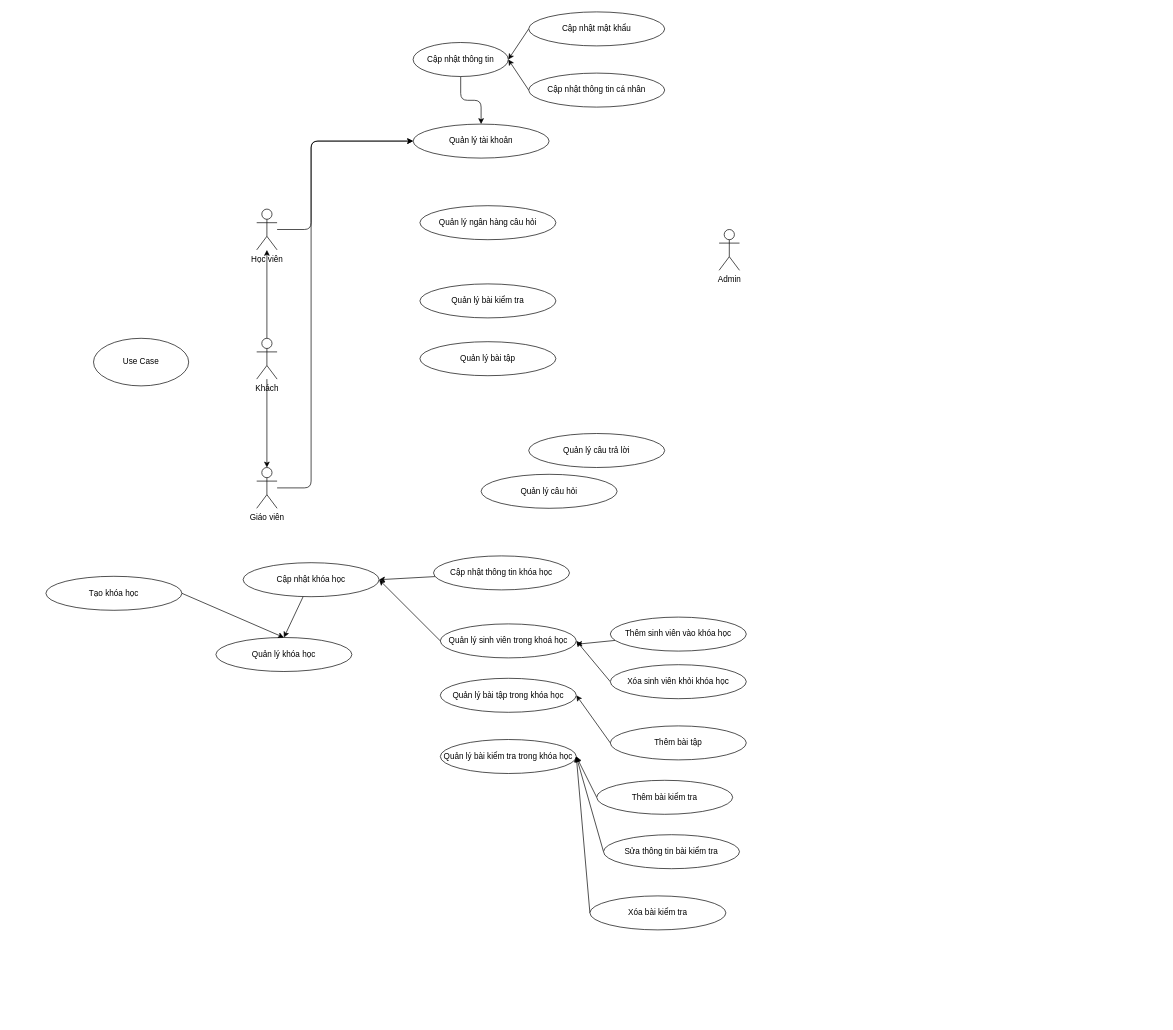
This is page "Trang-2" (2 of 2) of Biểu đồ không có tiêu đề.drawio from leecuongv/BE_Online_Examination_System, a draw.io file, before an edit. Source tidied: cells renumbered, new cells numbered last; positions are measured from the earlier drawing's top-left corner, leaving out a move shared by most shapes. Both pictures are drawn from the tidied source at 68%, with x=0, y=0 at pixel (46, 12).
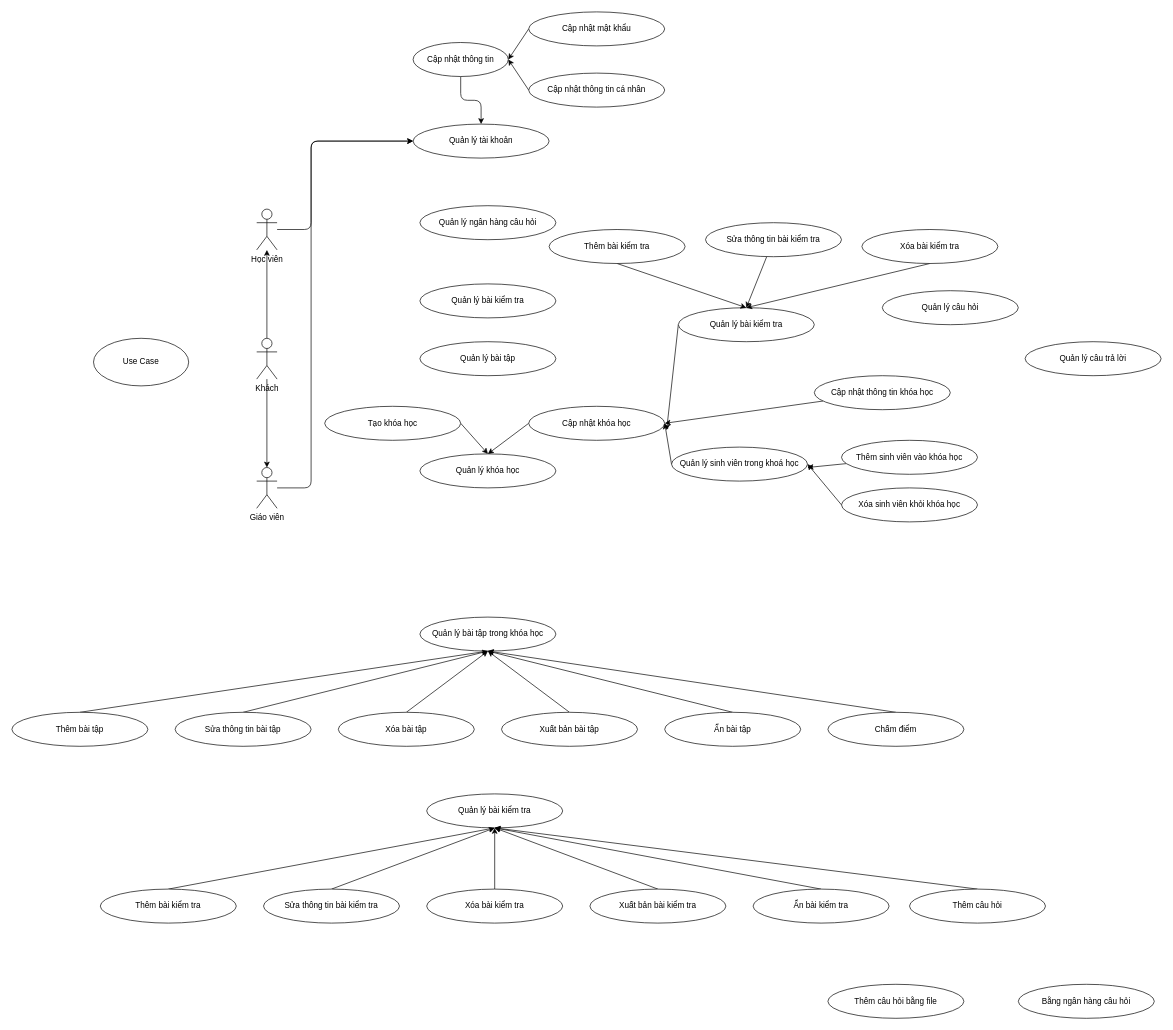
The same page after the edit.

Commit message:
Cập nhật Biểu đồ không có tiêu đề.drawio

Change to the diagram source:
```diff
@@
-    <mxCell id="7" value="Admin" style="shape=umlActor;verticalLabelPosition=bottom;verticalAlign=top;html=1;" parent="1" vertex="1">
-      <mxGeometry x="990" y="320" width="30" height="60" as="geometry" />
-    </mxCell>
@@
     <mxCell id="19" value="Quản lý câu hỏi" style="ellipse;whiteSpace=wrap;html=1;" parent="1" vertex="1">
-      <mxGeometry x="640" y="680" width="200" height="50" as="geometry" />
+      <mxGeometry x="1230" y="410" width="200" height="50" as="geometry" />
     </mxCell>
     <mxCell id="20" value="Quản lý câu trả lời" style="ellipse;whiteSpace=wrap;html=1;" parent="1" vertex="1">
-      <mxGeometry x="710" y="620" width="200" height="50" as="geometry" />
+      <mxGeometry x="1440" y="485" width="200" height="50" as="geometry" />
     </mxCell>
     <mxCell id="21" value="Quản lý khóa học" style="ellipse;whiteSpace=wrap;html=1;" parent="1" vertex="1">
-      <mxGeometry x="250" y="920" width="200" height="50" as="geometry" />
+      <mxGeometry x="550" y="650" width="200" height="50" as="geometry" />
     </mxCell>
@@
     <mxCell id="25" value="Tạo khóa học" style="ellipse;whiteSpace=wrap;html=1;" parent="1" vertex="1">
-      <mxGeometry y="830" width="200" height="50" as="geometry" />
+      <mxGeometry x="410" y="580" width="200" height="50" as="geometry" />
     </mxCell>
-    <mxCell id="26" style="edgeStyle=none;rounded=1;jettySize=auto;html=1;entryX=0.5;entryY=0;entryDx=0;entryDy=0;" parent="1" edge="1" source="27" target="21">
+    <mxCell id="26" style="edgeStyle=none;rounded=1;jettySize=auto;html=1;entryX=0.5;entryY=0;entryDx=0;entryDy=0;exitX=0;exitY=0.5;exitDx=0;exitDy=0;" parent="1" edge="1" source="27" target="21">
       <mxGeometry relative="1" as="geometry" />
     </mxCell>
     <mxCell id="27" value="Cập nhật khóa học" style="ellipse;whiteSpace=wrap;html=1;" parent="1" vertex="1">
-      <mxGeometry x="290" y="810" width="200" height="50" as="geometry" />
+      <mxGeometry x="710" y="580" width="200" height="50" as="geometry" />
     </mxCell>
@@
     <mxCell id="29" value="Cập nhật thông tin khóa học" style="ellipse;whiteSpace=wrap;html=1;" parent="1" vertex="1">
-      <mxGeometry x="570" y="800" width="200" height="50" as="geometry" />
+      <mxGeometry x="1130" y="535" width="200" height="50" as="geometry" />
     </mxCell>
@@
     <mxCell id="31" value="Quản lý sinh viên trong khoá học" style="ellipse;whiteSpace=wrap;html=1;" parent="1" vertex="1">
-      <mxGeometry x="580" y="900" width="200" height="50" as="geometry" />
+      <mxGeometry x="920" y="640" width="200" height="50" as="geometry" />
     </mxCell>
-    <mxCell id="32" style="edgeStyle=none;rounded=1;jettySize=auto;html=1;entryX=1;entryY=0.5;entryDx=0;entryDy=0;exitX=0;exitY=0.5;exitDx=0;exitDy=0;" parent="1" edge="1" source="33" target="38">
+    <mxCell id="32" style="edgeStyle=none;rounded=1;jettySize=auto;html=1;entryX=0.5;entryY=1;entryDx=0;entryDy=0;exitX=0.5;exitY=0;exitDx=0;exitDy=0;" parent="1" edge="1" source="33" target="38">
       <mxGeometry relative="1" as="geometry" />
     </mxCell>
     <mxCell id="33" value="Thêm bài tập" style="ellipse;whiteSpace=wrap;html=1;" parent="1" vertex="1">
-      <mxGeometry x="830" y="1050" width="200" height="50" as="geometry" />
+      <mxGeometry x="-50" y="1030" width="200" height="50" as="geometry" />
     </mxCell>
     <mxCell id="34" style="edgeStyle=none;rounded=1;jettySize=auto;html=1;" parent="1" edge="1" source="35">
       <mxGeometry relative="1" as="geometry">
-        <mxPoint x="780" y="930" as="targetPoint" />
+        <mxPoint x="1120" y="670" as="targetPoint" />
       </mxGeometry>
     </mxCell>
     <mxCell id="35" value="Thêm sinh viên vào khóa học" style="ellipse;whiteSpace=wrap;html=1;" parent="1" vertex="1">
-      <mxGeometry x="830" y="890" width="200" height="50" as="geometry" />
+      <mxGeometry x="1170" y="630" width="200" height="50" as="geometry" />
     </mxCell>
@@
     <mxCell id="37" value="Xóa sinh viên khỏi khóa học" style="ellipse;whiteSpace=wrap;html=1;" parent="1" vertex="1">
-      <mxGeometry x="830" y="960" width="200" height="50" as="geometry" />
+      <mxGeometry x="1170" y="700" width="200" height="50" as="geometry" />
     </mxCell>
     <mxCell id="38" value="Quản lý bài tập trong khóa học" style="ellipse;whiteSpace=wrap;html=1;" parent="1" vertex="1">
-      <mxGeometry x="580" y="980" width="200" height="50" as="geometry" />
+      <mxGeometry x="550" y="890" width="200" height="50" as="geometry" />
     </mxCell>
+    <mxCell id="46" style="rounded=0;jettySize=auto;html=1;entryX=1.014;entryY=0.703;entryDx=0;entryDy=0;entryPerimeter=0;exitX=0;exitY=0.5;exitDx=0;exitDy=0;" parent="1" edge="1" source="39" target="27">
+      <mxGeometry relative="1" as="geometry" />
+    </mxCell>
-    <mxCell id="39" value="Quản lý bài kiểm tra trong khóa học" style="ellipse;whiteSpace=wrap;html=1;" parent="1" vertex="1">
-      <mxGeometry x="580" y="1070" width="200" height="50" as="geometry" />
+    <mxCell id="39" value="Quản lý bài kiểm tra" style="ellipse;whiteSpace=wrap;html=1;" parent="1" vertex="1">
+      <mxGeometry x="930" y="435" width="200" height="50" as="geometry" />
     </mxCell>
-    <mxCell id="40" style="edgeStyle=none;rounded=1;jettySize=auto;html=1;entryX=1;entryY=0.5;entryDx=0;entryDy=0;exitX=0;exitY=0.5;exitDx=0;exitDy=0;" parent="1" edge="1" source="41" target="39">
+    <mxCell id="40" style="edgeStyle=none;rounded=1;jettySize=auto;html=1;entryX=0.5;entryY=0;entryDx=0;entryDy=0;exitX=0.5;exitY=1;exitDx=0;exitDy=0;" parent="1" edge="1" source="41" target="39">
       <mxGeometry relative="1" as="geometry" />
     </mxCell>
     <mxCell id="41" value="Thêm bài kiểm tra" style="ellipse;whiteSpace=wrap;html=1;" parent="1" vertex="1">
-      <mxGeometry x="810" y="1130" width="200" height="50" as="geometry" />
+      <mxGeometry x="740" y="320" width="200" height="50" as="geometry" />
     </mxCell>
-    <mxCell id="42" style="edgeStyle=none;rounded=1;jettySize=auto;html=1;entryX=1;entryY=0.5;entryDx=0;entryDy=0;exitX=0;exitY=0.5;exitDx=0;exitDy=0;" parent="1" edge="1" source="43" target="39">
+    <mxCell id="42" style="edgeStyle=none;rounded=1;jettySize=auto;html=1;entryX=0.5;entryY=0;entryDx=0;entryDy=0;" parent="1" edge="1" source="43" target="39">
       <mxGeometry relative="1" as="geometry" />
     </mxCell>
     <mxCell id="43" value="Sửa thông tin bài kiểm tra" style="ellipse;whiteSpace=wrap;html=1;" parent="1" vertex="1">
-      <mxGeometry x="820" y="1210" width="200" height="50" as="geometry" />
+      <mxGeometry x="970" y="310" width="200" height="50" as="geometry" />
     </mxCell>
-    <mxCell id="44" style="edgeStyle=none;rounded=1;jettySize=auto;html=1;entryX=1;entryY=0.5;entryDx=0;entryDy=0;exitX=0;exitY=0.5;exitDx=0;exitDy=0;" parent="1" edge="1" source="45" target="39">
+    <mxCell id="44" style="edgeStyle=none;rounded=1;jettySize=auto;html=1;entryX=0.5;entryY=0;entryDx=0;entryDy=0;exitX=0.5;exitY=1;exitDx=0;exitDy=0;" parent="1" edge="1" source="45" target="39">
       <mxGeometry relative="1" as="geometry" />
     </mxCell>
     <mxCell id="45" value="Xóa bài kiểm tra" style="ellipse;whiteSpace=wrap;html=1;" parent="1" vertex="1">
-      <mxGeometry x="800" y="1300" width="200" height="50" as="geometry" />
+      <mxGeometry x="1200" y="320" width="200" height="50" as="geometry" />
     </mxCell>
+    <mxCell id="47" style="edgeStyle=none;rounded=0;jettySize=auto;html=1;exitX=0.5;exitY=0;exitDx=0;exitDy=0;entryX=0.5;entryY=1;entryDx=0;entryDy=0;" parent="1" edge="1" source="48" target="38">
+      <mxGeometry relative="1" as="geometry" />
+    </mxCell>
+    <mxCell id="48" value="Sửa thông tin bài tập" style="ellipse;whiteSpace=wrap;html=1;" parent="1" vertex="1">
+      <mxGeometry x="190" y="1030" width="200" height="50" as="geometry" />
+    </mxCell>
+    <mxCell id="49" style="edgeStyle=none;rounded=0;jettySize=auto;html=1;entryX=0.5;entryY=1;entryDx=0;entryDy=0;exitX=0.5;exitY=0;exitDx=0;exitDy=0;" parent="1" edge="1" source="50" target="38">
+      <mxGeometry relative="1" as="geometry" />
+    </mxCell>
+    <mxCell id="50" value="Xóa bài tập" style="ellipse;whiteSpace=wrap;html=1;" parent="1" vertex="1">
+      <mxGeometry x="430" y="1030" width="200" height="50" as="geometry" />
+    </mxCell>
+    <mxCell id="51" style="edgeStyle=none;rounded=0;jettySize=auto;html=1;entryX=0.5;entryY=1;entryDx=0;entryDy=0;exitX=0.5;exitY=0;exitDx=0;exitDy=0;" parent="1" edge="1" source="52" target="38">
+      <mxGeometry relative="1" as="geometry" />
+    </mxCell>
+    <mxCell id="52" value="Xuất bản bài tập" style="ellipse;whiteSpace=wrap;html=1;" parent="1" vertex="1">
+      <mxGeometry x="670" y="1030" width="200" height="50" as="geometry" />
+    </mxCell>
+    <mxCell id="53" style="edgeStyle=none;rounded=0;jettySize=auto;html=1;exitX=0.5;exitY=0;exitDx=0;exitDy=0;entryX=0.5;entryY=1;entryDx=0;entryDy=0;" parent="1" edge="1" source="54" target="38">
+      <mxGeometry relative="1" as="geometry" />
+    </mxCell>
+    <mxCell id="54" value="Ẩn bài tập" style="ellipse;whiteSpace=wrap;html=1;" parent="1" vertex="1">
+      <mxGeometry x="910" y="1030" width="200" height="50" as="geometry" />
+    </mxCell>
+    <mxCell id="55" style="edgeStyle=none;rounded=1;jettySize=auto;html=1;entryX=0.5;entryY=1;entryDx=0;entryDy=0;exitX=0.5;exitY=0;exitDx=0;exitDy=0;" parent="1" edge="1" source="56" target="57">
+      <mxGeometry relative="1" as="geometry" />
+    </mxCell>
+    <mxCell id="56" value="Thêm bài kiểm tra" style="ellipse;whiteSpace=wrap;html=1;" parent="1" vertex="1">
+      <mxGeometry x="80" y="1290" width="200" height="50" as="geometry" />
+    </mxCell>
+    <mxCell id="57" value="Quản lý bài kiểm tra" style="ellipse;whiteSpace=wrap;html=1;" parent="1" vertex="1">
+      <mxGeometry x="560" y="1150" width="200" height="50" as="geometry" />
+    </mxCell>
+    <mxCell id="58" style="edgeStyle=none;rounded=0;jettySize=auto;html=1;exitX=0.5;exitY=0;exitDx=0;exitDy=0;entryX=0.5;entryY=1;entryDx=0;entryDy=0;" parent="1" edge="1" source="59" target="57">
+      <mxGeometry relative="1" as="geometry" />
+    </mxCell>
+    <mxCell id="59" value="Sửa thông tin bài kiểm tra" style="ellipse;whiteSpace=wrap;html=1;" parent="1" vertex="1">
+      <mxGeometry x="320" y="1290" width="200" height="50" as="geometry" />
+    </mxCell>
+    <mxCell id="60" style="edgeStyle=none;rounded=0;jettySize=auto;html=1;entryX=0.5;entryY=1;entryDx=0;entryDy=0;exitX=0.5;exitY=0;exitDx=0;exitDy=0;" parent="1" edge="1" source="61" target="57">
+      <mxGeometry relative="1" as="geometry" />
+    </mxCell>
+    <mxCell id="61" value="Xóa bài kiểm tra" style="ellipse;whiteSpace=wrap;html=1;" parent="1" vertex="1">
+      <mxGeometry x="560" y="1290" width="200" height="50" as="geometry" />
+    </mxCell>
+    <mxCell id="62" style="edgeStyle=none;rounded=0;jettySize=auto;html=1;entryX=0.5;entryY=1;entryDx=0;entryDy=0;exitX=0.5;exitY=0;exitDx=0;exitDy=0;" parent="1" edge="1" source="63" target="57">
+      <mxGeometry relative="1" as="geometry" />
+    </mxCell>
+    <mxCell id="63" value="Xuất bản bài kiểm tra" style="ellipse;whiteSpace=wrap;html=1;" parent="1" vertex="1">
+      <mxGeometry x="800" y="1290" width="200" height="50" as="geometry" />
+    </mxCell>
+    <mxCell id="64" style="edgeStyle=none;rounded=0;jettySize=auto;html=1;exitX=0.5;exitY=0;exitDx=0;exitDy=0;entryX=0.5;entryY=1;entryDx=0;entryDy=0;" parent="1" edge="1" source="65" target="57">
+      <mxGeometry relative="1" as="geometry" />
+    </mxCell>
+    <mxCell id="65" value="Ẩn bài kiểm tra" style="ellipse;whiteSpace=wrap;html=1;" parent="1" vertex="1">
+      <mxGeometry x="1040" y="1290" width="200" height="50" as="geometry" />
+    </mxCell>
+    <mxCell id="66" style="edgeStyle=none;rounded=0;jettySize=auto;html=1;exitX=0.5;exitY=0;exitDx=0;exitDy=0;entryX=0.5;entryY=1;entryDx=0;entryDy=0;" parent="1" edge="1" source="67" target="38">
+      <mxGeometry relative="1" as="geometry" />
+    </mxCell>
+    <mxCell id="67" value="Chấm điểm" style="ellipse;whiteSpace=wrap;html=1;" parent="1" vertex="1">
+      <mxGeometry x="1150" y="1030" width="200" height="50" as="geometry" />
+    </mxCell>
+    <mxCell id="68" style="edgeStyle=none;rounded=0;jettySize=auto;html=1;entryX=0.5;entryY=1;entryDx=0;entryDy=0;exitX=0.5;exitY=0;exitDx=0;exitDy=0;" parent="1" edge="1" source="69" target="57">
+      <mxGeometry relative="1" as="geometry" />
+    </mxCell>
+    <mxCell id="69" value="Thêm câu hỏi" style="ellipse;whiteSpace=wrap;html=1;" parent="1" vertex="1">
+      <mxGeometry x="1270" y="1290" width="200" height="50" as="geometry" />
+    </mxCell>
+    <mxCell id="70" value="Thêm câu hỏi bằng file" style="ellipse;whiteSpace=wrap;html=1;" parent="1" vertex="1">
+      <mxGeometry x="1150" y="1430" width="200" height="50" as="geometry" />
+    </mxCell>
+    <mxCell id="71" value="Bằng ngân hàng câu hỏi" style="ellipse;whiteSpace=wrap;html=1;" parent="1" vertex="1">
+      <mxGeometry x="1430" y="1430" width="200" height="50" as="geometry" />
+    </mxCell>
```
